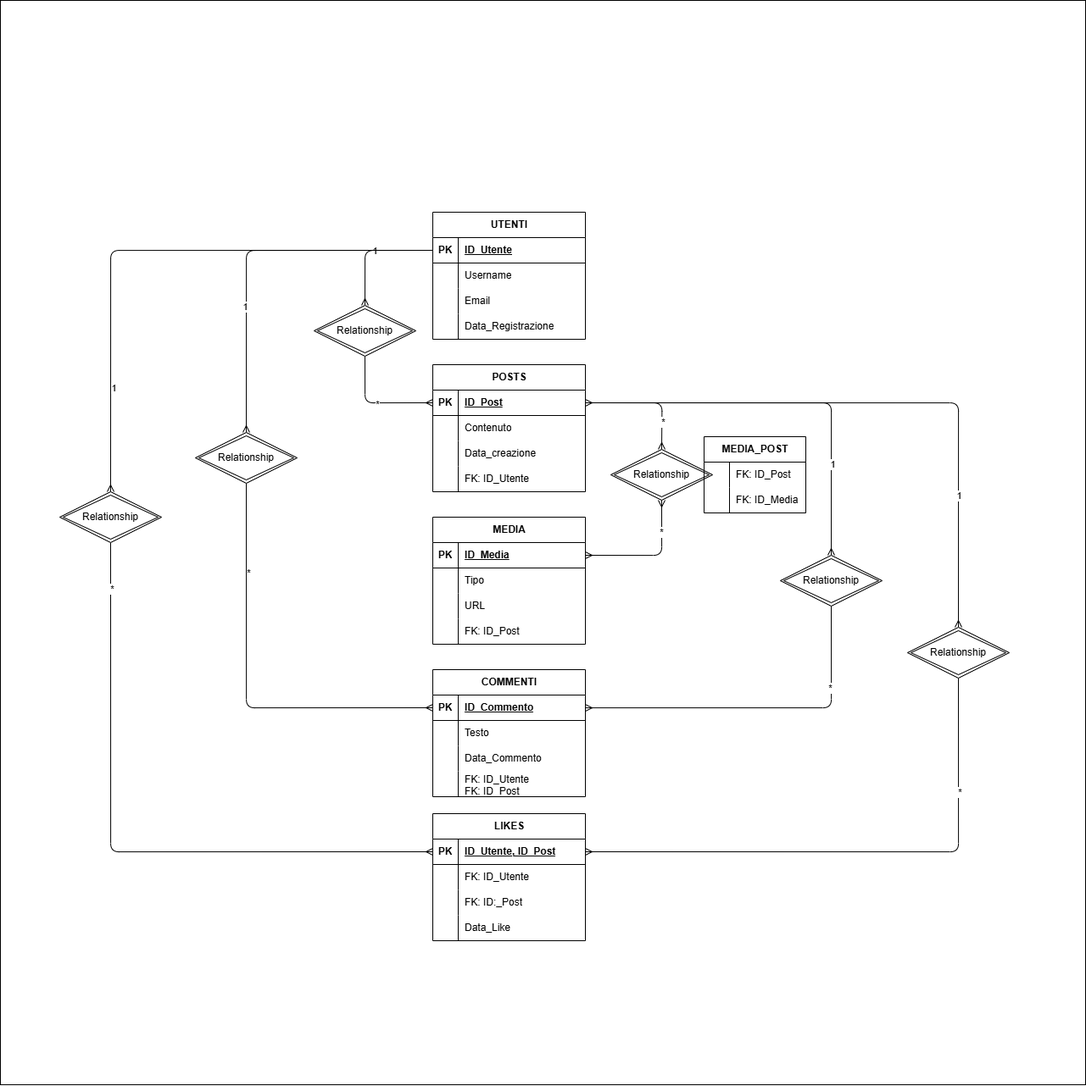
This is diagram.png from andrealoda/db-challenge, a draw.io export, as it was before one commit. Source tidied: cells renumbered, new cells last; positions are measured from the earlier drawing's top-left corner, leaving out a move shared by most shapes.
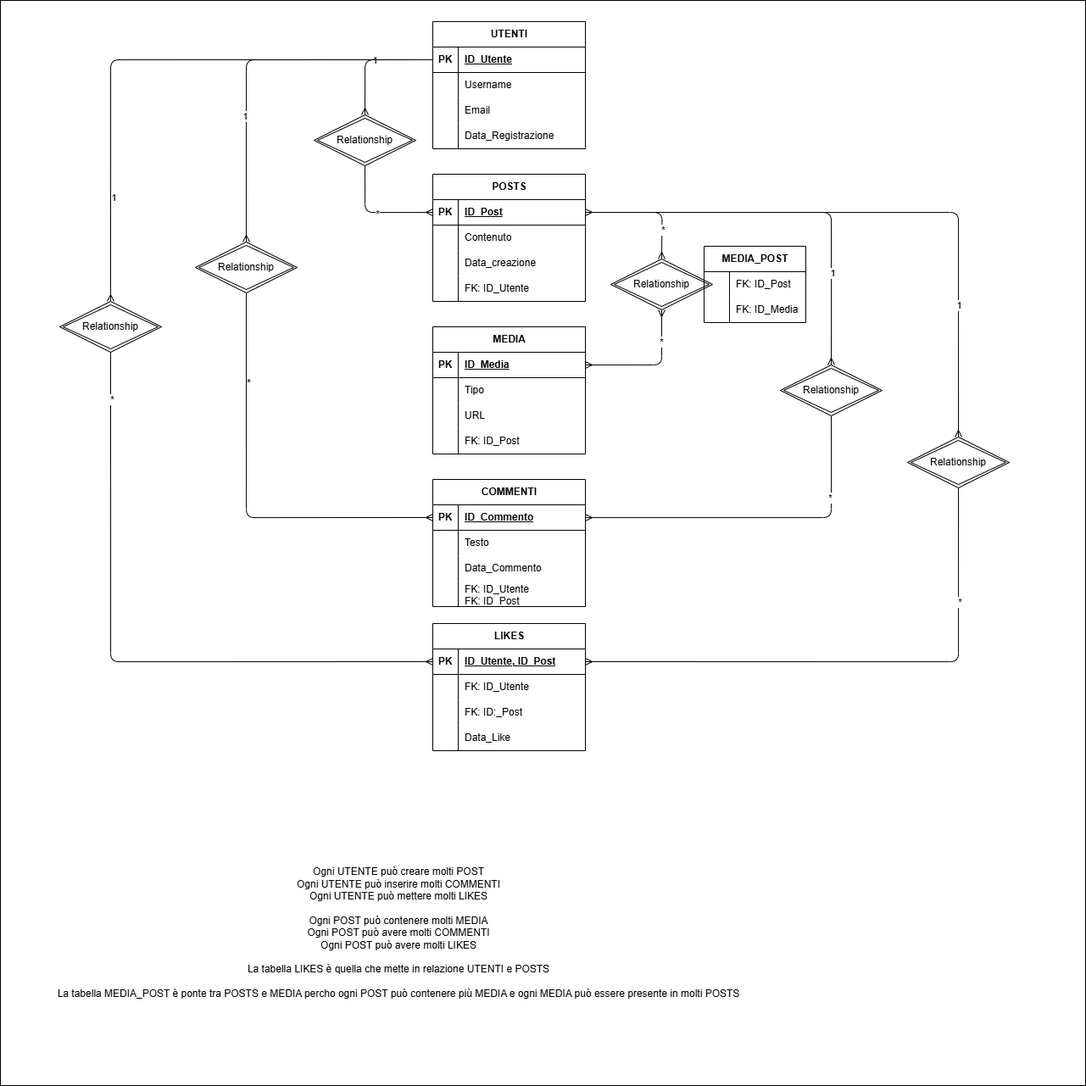
After the commit.

Commit message:
add db schema explanation

The edit, as a diff of the source:
```diff
@@ -3,7 +3,7 @@
     <mxCell id="0" />
     <mxCell id="1" parent="0" />
     <mxCell id="2" style="whiteSpace=wrap;html=1;" parent="1" vertex="1">
-      <mxGeometry width="1280" height="1280" as="geometry" />
+      <mxGeometry y="225" width="1280" height="1280" as="geometry" />
     </mxCell>
     <mxCell id="3" value="UTENTI" style="shape=table;startSize=30;rowLines=0;fontStyle=1;align=center;html=1;" parent="1" vertex="1">
       <mxGeometry x="510" y="250" width="180" height="150" as="geometry" />
@@ -353,5 +353,8 @@
     <mxCell id="104" value="FK: ID_Media" style="shape=partialRectangle;fillColor=none;top=0;left=0;bottom=0;right=0;align=left;spacingLeft=6;overflow=hidden;whiteSpace=wrap;html=1;" parent="102" vertex="1">
       <mxGeometry x="30" width="90" height="30" as="geometry" />
     </mxCell>
+    <mxCell id="105" value="Ogni UTENTE può creare molti POST&lt;div&gt;Ogni UTENTE può inserire molti COMMENTI&lt;/div&gt;&lt;div&gt;Ogni UTENTE può mettere molti LIKES&lt;/div&gt;&lt;div&gt;&lt;br&gt;&lt;/div&gt;&lt;div&gt;Ogni POST può contenere molti MEDIA&lt;/div&gt;&lt;div&gt;Ogni POST può avere molti COMMENTI&lt;/div&gt;&lt;div&gt;Ogni POST può avere molti LIKES&lt;/div&gt;&lt;div&gt;&lt;br&gt;&lt;/div&gt;&lt;div&gt;La tabella LIKES è quella che mette in relazione UTENTI e POSTS&lt;/div&gt;&lt;div&gt;&lt;br&gt;&lt;/div&gt;&lt;div&gt;La tabella MEDIA_POST è ponte tra POSTS e MEDIA percho ogni POST può contenere più MEDIA e ogni MEDIA può essere presente in molti POSTS&lt;/div&gt;" style="text;html=1;align=center;verticalAlign=middle;whiteSpace=wrap;rounded=0;" parent="1" vertex="1">
+      <mxGeometry x="50" y="1180" width="840" height="290" as="geometry" />
+    </mxCell>
   </root>
 </mxGraphModel>
```
